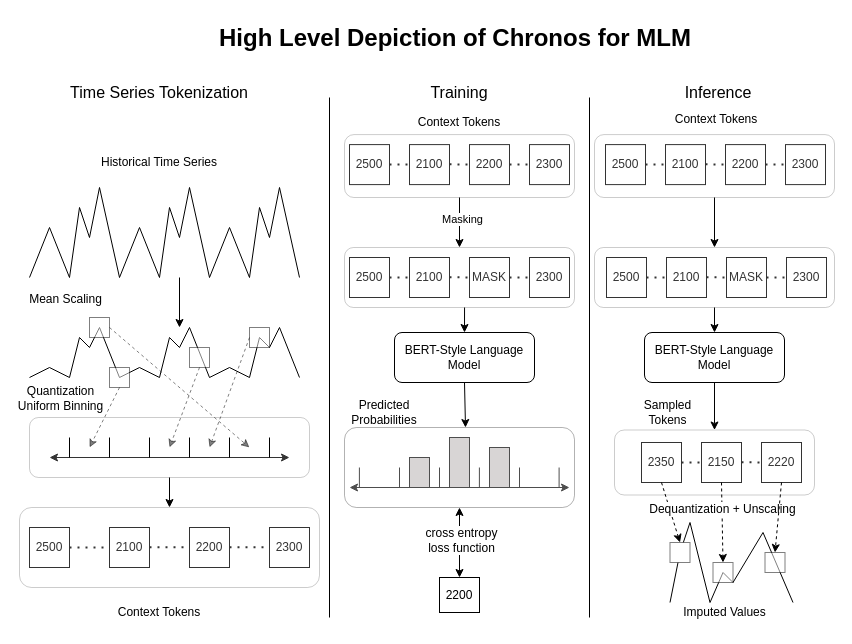
The draw.io diagram Grafiken/ChronosModified.drawio in JuliusHanusch/ResultsDiplomaThesis, before the edit. Source tidied: cells renumbered, new cells numbered last; positions are measured from the earlier drawing's top-left corner, leaving out a move shared by most shapes. Both pictures are drawn from the tidied source at 100%, with x=0, y=0 at pixel (19, 17).
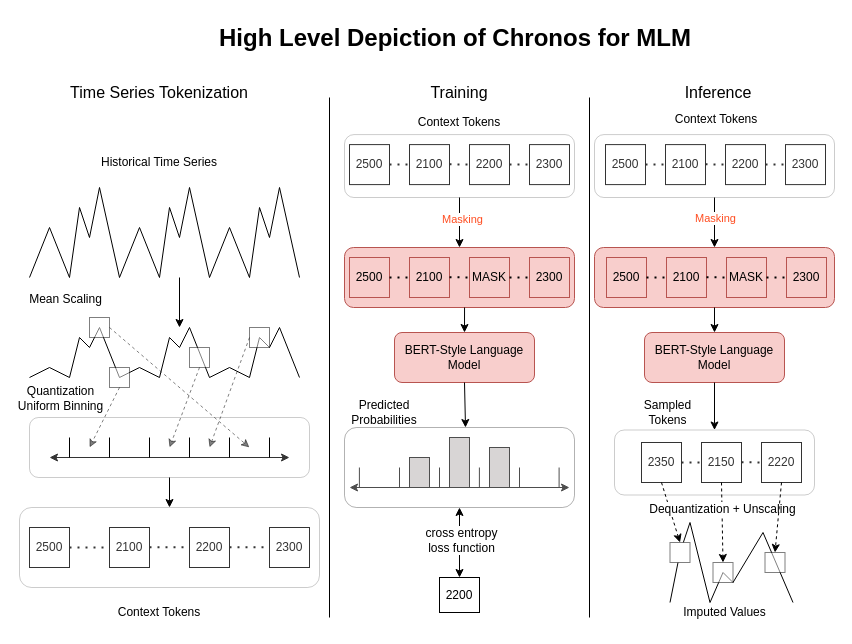
The same diagram, later.

The change refers to these unchanged cells:
```xml
<mxCell id="80" style="endArrow=classic;html=1;rounded=0;exitX=0.5;exitY=1;exitDx=0;exitDy=0;entryX=0.5;entryY=0;entryDx=0;entryDy=0;" parent="1" edge="1" source="77" target="141">
  <mxGeometry relative="1" as="geometry" />
</mxCell>
```

What changed in the source:
```diff
@@
+    <mxCell id="106" style="rounded=1;whiteSpace=wrap;html=1;fillColor=#f8cecc;strokeColor=#b85450;" parent="1" vertex="1">
+      <mxGeometry x="575" y="230" width="240" height="60" as="geometry" />
+    </mxCell>
+    <mxCell id="141" style="rounded=1;whiteSpace=wrap;html=1;strokeColor=#b85450;strokeWidth=1;fillColor=#f8cecc;" parent="1" vertex="1">
+      <mxGeometry x="325" y="230" width="230" height="60" as="geometry" />
+    </mxCell>
@@
-    <mxCell id="79" value="BERT-Style Language&lt;br&gt;Model" style="rounded=1;whiteSpace=wrap;html=1;" parent="1" vertex="1">
+    <mxCell id="79" value="BERT-Style Language&lt;br&gt;Model" style="rounded=1;whiteSpace=wrap;html=1;fillColor=#f8cecc;strokeColor=#b85450;" parent="1" vertex="1">
       <mxGeometry x="375" y="315" width="140" height="50" as="geometry" />
     </mxCell>
@@
-    <mxCell id="81" value="Masking" style="edgeLabel;html=1;align=center;verticalAlign=middle;" parent="80" vertex="1">
+    <mxCell id="81" value="Masking" style="edgeLabel;html=1;align=center;verticalAlign=middle;fontColor=#FF4D21;" parent="80" vertex="1">
       <mxGeometry x="-0.15" y="2" relative="1" as="geometry" />
     </mxCell>
@@
-    <mxCell id="99" value="2500" style="rounded=0;whiteSpace=wrap;html=1;" parent="1" vertex="1">
+    <mxCell id="99" value="2500" style="rounded=0;whiteSpace=wrap;html=1;fillColor=#f8cecc;strokeColor=#b85450;" parent="1" vertex="1">
       <mxGeometry x="587" y="240" width="40" height="40" as="geometry" />
     </mxCell>
-    <mxCell id="100" value="2100" style="rounded=0;whiteSpace=wrap;html=1;" parent="1" vertex="1">
+    <mxCell id="100" value="2100" style="rounded=0;whiteSpace=wrap;html=1;fillColor=#f8cecc;strokeColor=#b85450;" parent="1" vertex="1">
       <mxGeometry x="647" y="240" width="40" height="40" as="geometry" />
     </mxCell>
-    <mxCell id="101" value="MASK" style="rounded=0;whiteSpace=wrap;html=1;" parent="1" vertex="1">
+    <mxCell id="101" value="MASK" style="rounded=0;whiteSpace=wrap;html=1;fillColor=#f8cecc;strokeColor=#b85450;" parent="1" vertex="1">
       <mxGeometry x="707" y="240" width="40" height="40" as="geometry" />
     </mxCell>
-    <mxCell id="102" value="2300" style="rounded=0;whiteSpace=wrap;html=1;" parent="1" vertex="1">
+    <mxCell id="102" value="2300" style="rounded=0;whiteSpace=wrap;html=1;fillColor=#f8cecc;strokeColor=#b85450;" parent="1" vertex="1">
       <mxGeometry x="767" y="240" width="40" height="40" as="geometry" />
     </mxCell>
@@
-    <mxCell id="106" style="rounded=1;whiteSpace=wrap;html=1;opacity=20;" parent="1" vertex="1">
-      <mxGeometry x="575" y="230" width="240" height="60" as="geometry" />
-    </mxCell>
@@
-    <mxCell id="108" value="BERT-Style Language&lt;br&gt;Model" style="rounded=1;whiteSpace=wrap;html=1;" parent="1" vertex="1">
+    <mxCell id="108" value="BERT-Style Language&lt;br&gt;Model" style="rounded=1;whiteSpace=wrap;html=1;fillColor=#f8cecc;strokeColor=#b85450;" parent="1" vertex="1">
       <mxGeometry x="625" y="315" width="140" height="50" as="geometry" />
     </mxCell>
@@
-    <mxCell id="134" value="2500" style="rounded=0;whiteSpace=wrap;html=1;" parent="1" vertex="1">
+    <mxCell id="134" value="2500" style="rounded=0;whiteSpace=wrap;html=1;fillColor=#f8cecc;strokeColor=#b85450;" parent="1" vertex="1">
       <mxGeometry x="330" y="240" width="40" height="40" as="geometry" />
     </mxCell>
-    <mxCell id="135" value="2100" style="rounded=0;whiteSpace=wrap;html=1;" parent="1" vertex="1">
+    <mxCell id="135" value="2100" style="rounded=0;whiteSpace=wrap;html=1;fillColor=#f8cecc;strokeColor=#b85450;" parent="1" vertex="1">
       <mxGeometry x="390" y="240" width="40" height="40" as="geometry" />
     </mxCell>
-    <mxCell id="136" value="MASK" style="rounded=0;whiteSpace=wrap;html=1;" parent="1" vertex="1">
+    <mxCell id="136" value="MASK" style="rounded=0;whiteSpace=wrap;html=1;fillColor=#f8cecc;strokeColor=#b85450;" parent="1" vertex="1">
       <mxGeometry x="450" y="240" width="40" height="40" as="geometry" />
     </mxCell>
-    <mxCell id="137" value="2300" style="rounded=0;whiteSpace=wrap;html=1;" parent="1" vertex="1">
+    <mxCell id="137" value="2300" style="rounded=0;whiteSpace=wrap;html=1;fillColor=#f8cecc;strokeColor=#b85450;" parent="1" vertex="1">
       <mxGeometry x="510" y="240" width="40" height="40" as="geometry" />
     </mxCell>
@@
-    <mxCell id="141" style="rounded=1;whiteSpace=wrap;html=1;opacity=20;" parent="1" vertex="1">
-      <mxGeometry x="325" y="230" width="230" height="60" as="geometry" />
-    </mxCell>
@@
+    <mxCell id="154" value="Masking" style="edgeLabel;html=1;align=center;verticalAlign=middle;fontColor=#FF4D21;" parent="1" vertex="1">
+      <mxGeometry x="695" y="200" as="geometry" />
+    </mxCell>
```
